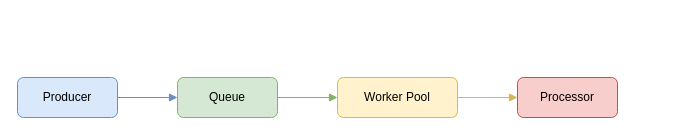
Before: docs/architecture.drawio in lorenaziviani/go_work_horse, a draw.io diagram. Source tidied: cells renumbered, new cells numbered last; positions are measured from the earlier drawing's top-left corner, leaving out a move shared by most shapes. Both pictures are drawn from the tidied source at 100%, with x=0, y=0 at pixel (17, 77).
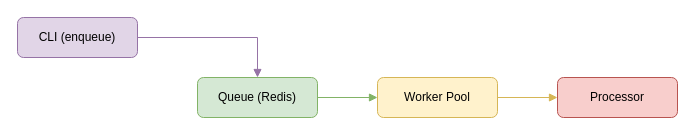
After the change.

Commit message (it also covers changes not shown here):
Add functional persistent job queue with CLI enqueue and Redis backend

Change to the diagram source:
```diff
@@
 <mxGraphModel>
   <root>
     <mxCell id="0" />
     <mxCell id="1" parent="0" />
-    <mxCell id="2" value="Producer" style="rounded=1;whiteSpace=wrap;html=1;fillColor=#dae8fc;strokeColor=#6c8ebf;" parent="1" vertex="1">
-      <mxGeometry width="100" height="40" as="geometry" />
+    <mxCell id="2" value="CLI (enqueue)" style="rounded=1;whiteSpace=wrap;html=1;fillColor=#e1d5e7;strokeColor=#9673a6;" parent="1" vertex="1">
+      <mxGeometry y="-60" width="120" height="40" as="geometry" />
     </mxCell>
-    <mxCell id="3" value="Queue" style="rounded=1;whiteSpace=wrap;html=1;fillColor=#d5e8d4;strokeColor=#82b366;" parent="1" vertex="1">
-      <mxGeometry x="160" width="100" height="40" as="geometry" />
+    <mxCell id="3" value="Queue (Redis)" style="rounded=1;whiteSpace=wrap;html=1;fillColor=#d5e8d4;strokeColor=#82b366;" parent="1" vertex="1">
+      <mxGeometry x="180" width="120" height="40" as="geometry" />
     </mxCell>
     <mxCell id="4" value="Worker Pool" style="rounded=1;whiteSpace=wrap;html=1;fillColor=#fff2cc;strokeColor=#d6b656;" parent="1" vertex="1">
-      <mxGeometry x="320" width="120" height="40" as="geometry" />
+      <mxGeometry x="360" width="120" height="40" as="geometry" />
     </mxCell>
     <mxCell id="5" value="Processor" style="rounded=1;whiteSpace=wrap;html=1;fillColor=#f8cecc;strokeColor=#b85450;" parent="1" vertex="1">
-      <mxGeometry x="500" width="100" height="40" as="geometry" />
+      <mxGeometry x="540" width="120" height="40" as="geometry" />
     </mxCell>
-    <mxCell id="6" style="edgeStyle=orthogonalEdgeStyle;rounded=0;jettySize=auto;html=1;endArrow=block;endFill=1;strokeColor=#6c8ebf;" parent="1" edge="1" source="2" target="3">
+    <mxCell id="6" style="edgeStyle=orthogonalEdgeStyle;rounded=0;jettySize=auto;html=1;endArrow=block;endFill=1;strokeColor=#9673a6;" parent="1" edge="1" source="2" target="3">
       <mxGeometry relative="1" as="geometry" />
     </mxCell>
     <mxCell id="7" style="edgeStyle=orthogonalEdgeStyle;rounded=0;jettySize=auto;html=1;endArrow=block;endFill=1;strokeColor=#82b366;" parent="1" edge="1" source="3" target="4">
       <mxGeometry relative="1" as="geometry" />
     </mxCell>
     <mxCell id="8" style="edgeStyle=orthogonalEdgeStyle;rounded=0;jettySize=auto;html=1;endArrow=block;endFill=1;strokeColor=#d6b656;" parent="1" edge="1" source="4" target="5">
       <mxGeometry relative="1" as="geometry" />
     </mxCell>
   </root>
 </mxGraphModel>
```
